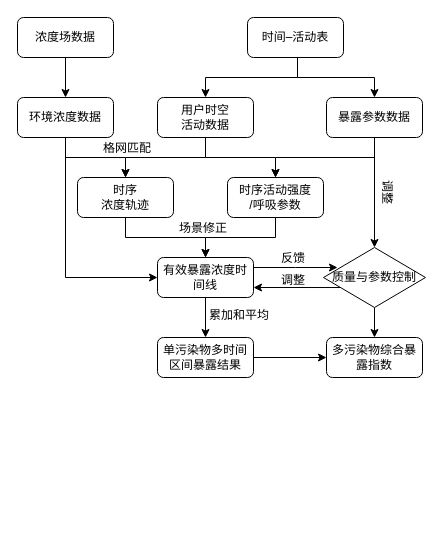
Before: page "第 3 页" (3 of 3) of 专利.drawio in 1059363121/iodraw-files, a draw.io diagram. Source tidied: cells renumbered, new cells numbered last; positions are measured from the earlier drawing's top-left corner, leaving out a move shared by most shapes. Both pictures are drawn from the tidied source at 100%, with x=0, y=0 at pixel (17, 17).
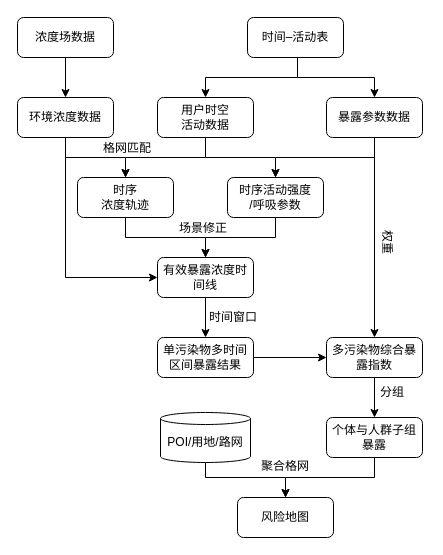
The same diagram, later.

Unchanged cells that the change refers to:
```xml
<mxCell id="17" value="暴露参数数据" style="rounded=1;whiteSpace=wrap;html=1;" parent="1" vertex="1">
  <mxGeometry x="309" y="80" width="96" height="40" as="geometry" />
</mxCell>
<mxCell id="22" value="多污染物综合暴露指数" style="rounded=1;whiteSpace=wrap;html=1;" parent="1" vertex="1">
  <mxGeometry x="309" y="320" width="96" height="40" as="geometry" />
</mxCell>
<mxCell id="25" value="有效暴露浓度时间线" style="rounded=1;whiteSpace=wrap;html=1;" parent="1" vertex="1">
  <mxGeometry x="140" y="240" width="96" height="40" as="geometry" />
</mxCell>
```

What changed in the source:
```diff
@@
-    <mxCell id="16" style="edgeStyle=orthogonalEdgeStyle;rounded=0;jettySize=auto;html=1;entryX=0.5;entryY=0;entryDx=0;entryDy=0;" parent="1" edge="1" source="17" target="30">
-      <mxGeometry relative="1" as="geometry" />
-    </mxCell>
@@
+    <mxCell id="35" style="edgeStyle=orthogonalEdgeStyle;rounded=0;jettySize=auto;html=1;exitX=0.5;exitY=1;exitDx=0;exitDy=0;" parent="1" edge="1" source="22" target="38">
+      <mxGeometry relative="1" as="geometry" />
+    </mxCell>
@@
-    <mxCell id="27" value="累加和平均" style="text;whiteSpace=wrap;" parent="1" vertex="1">
-      <mxGeometry x="190" y="284" width="90" height="40" as="geometry" />
+    <mxCell id="27" value="时间窗口" style="text;whiteSpace=wrap;" parent="1" vertex="1">
+      <mxGeometry x="190" y="286" width="90" height="40" as="geometry" />
     </mxCell>
-    <mxCell id="28" style="edgeStyle=orthogonalEdgeStyle;rounded=0;jettySize=auto;html=1;exitX=0.5;exitY=1;exitDx=0;exitDy=0;entryX=0.5;entryY=0;entryDx=0;entryDy=0;" parent="1" edge="1" source="30" target="22">
+    <mxCell id="28" style="edgeStyle=orthogonalEdgeStyle;rounded=0;jettySize=auto;html=1;exitX=0.5;exitY=1;exitDx=0;exitDy=0;entryX=0.5;entryY=0;entryDx=0;entryDy=0;" parent="1" edge="1" source="17" target="22">
       <mxGeometry relative="1" as="geometry" />
     </mxCell>
-    <mxCell id="29" style="edgeStyle=orthogonalEdgeStyle;rounded=0;jettySize=auto;html=1;exitX=0.162;exitY=0.667;exitDx=0;exitDy=0;entryX=1;entryY=0.75;entryDx=0;entryDy=0;exitPerimeter=0;" parent="1" edge="1" source="30" target="25">
-      <mxGeometry relative="1" as="geometry" />
-    </mxCell>
-    <mxCell id="30" value="质量与参数控制" style="rhombus;whiteSpace=wrap;html=1;" parent="1" vertex="1">
-      <mxGeometry x="306" y="230" width="102" height="60" as="geometry" />
-    </mxCell>
-    <mxCell id="31" style="edgeStyle=orthogonalEdgeStyle;rounded=0;jettySize=auto;html=1;exitX=1;exitY=0.25;exitDx=0;exitDy=0;" parent="1" edge="1" source="25">
-      <mxGeometry relative="1" as="geometry">
-        <mxPoint x="320" y="250" as="targetPoint" />
-      </mxGeometry>
-    </mxCell>
-    <mxCell id="32" value="反馈" style="text;html=1;whiteSpace=wrap;strokeColor=none;fillColor=none;align=center;verticalAlign=middle;rounded=0;" parent="1" vertex="1">
-      <mxGeometry x="246" y="226" width="60" height="30" as="geometry" />
-    </mxCell>
-    <mxCell id="33" value="调整" style="text;html=1;whiteSpace=wrap;strokeColor=none;fillColor=none;align=center;verticalAlign=middle;rounded=0;rotation=90;" parent="1" vertex="1">
-      <mxGeometry x="340" y="160" width="60" height="30" as="geometry" />
-    </mxCell>
-    <mxCell id="34" value="调整" style="text;html=1;whiteSpace=wrap;strokeColor=none;fillColor=none;align=center;verticalAlign=middle;rounded=0;rotation=0;" parent="1" vertex="1">
-      <mxGeometry x="246" y="248" width="60" height="30" as="geometry" />
-    </mxCell>
+    <mxCell id="36" value="权重" style="text;html=1;whiteSpace=wrap;strokeColor=none;fillColor=none;align=center;verticalAlign=middle;rounded=0;rotation=90;" parent="1" vertex="1">
+      <mxGeometry x="340" y="210" width="60" height="30" as="geometry" />
+    </mxCell>
+    <mxCell id="37" style="edgeStyle=orthogonalEdgeStyle;rounded=0;jettySize=auto;html=1;exitX=0.5;exitY=1;exitDx=0;exitDy=0;entryX=0.5;entryY=0;entryDx=0;entryDy=0;" parent="1" edge="1" source="38" target="42">
+      <mxGeometry relative="1" as="geometry" />
+    </mxCell>
+    <mxCell id="38" value="个体与人群子组暴露" style="rounded=1;whiteSpace=wrap;html=1;" parent="1" vertex="1">
+      <mxGeometry x="309" y="400" width="96" height="40" as="geometry" />
+    </mxCell>
+    <mxCell id="39" value="分组" style="text;html=1;whiteSpace=wrap;strokeColor=none;fillColor=none;align=center;verticalAlign=middle;rounded=0;" parent="1" vertex="1">
+      <mxGeometry x="345" y="360" width="60" height="30" as="geometry" />
+    </mxCell>
+    <mxCell id="40" style="edgeStyle=orthogonalEdgeStyle;rounded=0;jettySize=auto;html=1;exitX=0.5;exitY=1;exitDx=0;exitDy=0;exitPerimeter=0;entryX=0.5;entryY=0;entryDx=0;entryDy=0;" parent="1" edge="1" source="41" target="42">
+      <mxGeometry relative="1" as="geometry">
+        <Array as="points">
+          <mxPoint x="188" y="460" />
+          <mxPoint x="268" y="460" />
+        </Array>
+      </mxGeometry>
+    </mxCell>
+    <mxCell id="41" value="POI/用地/路网" style="shape=cylinder3;whiteSpace=wrap;html=1;boundedLbl=1;backgroundOutline=1;size=6;" parent="1" vertex="1">
+      <mxGeometry x="143" y="395" width="90" height="50" as="geometry" />
+    </mxCell>
+    <mxCell id="42" value="风险地图" style="rounded=1;whiteSpace=wrap;html=1;" parent="1" vertex="1">
+      <mxGeometry x="220" y="480" width="96" height="40" as="geometry" />
+    </mxCell>
+    <mxCell id="43" value="聚合格网" style="text;html=1;whiteSpace=wrap;strokeColor=none;fillColor=none;align=center;verticalAlign=middle;rounded=0;" parent="1" vertex="1">
+      <mxGeometry x="238" y="434" width="60" height="30" as="geometry" />
+    </mxCell>
```
